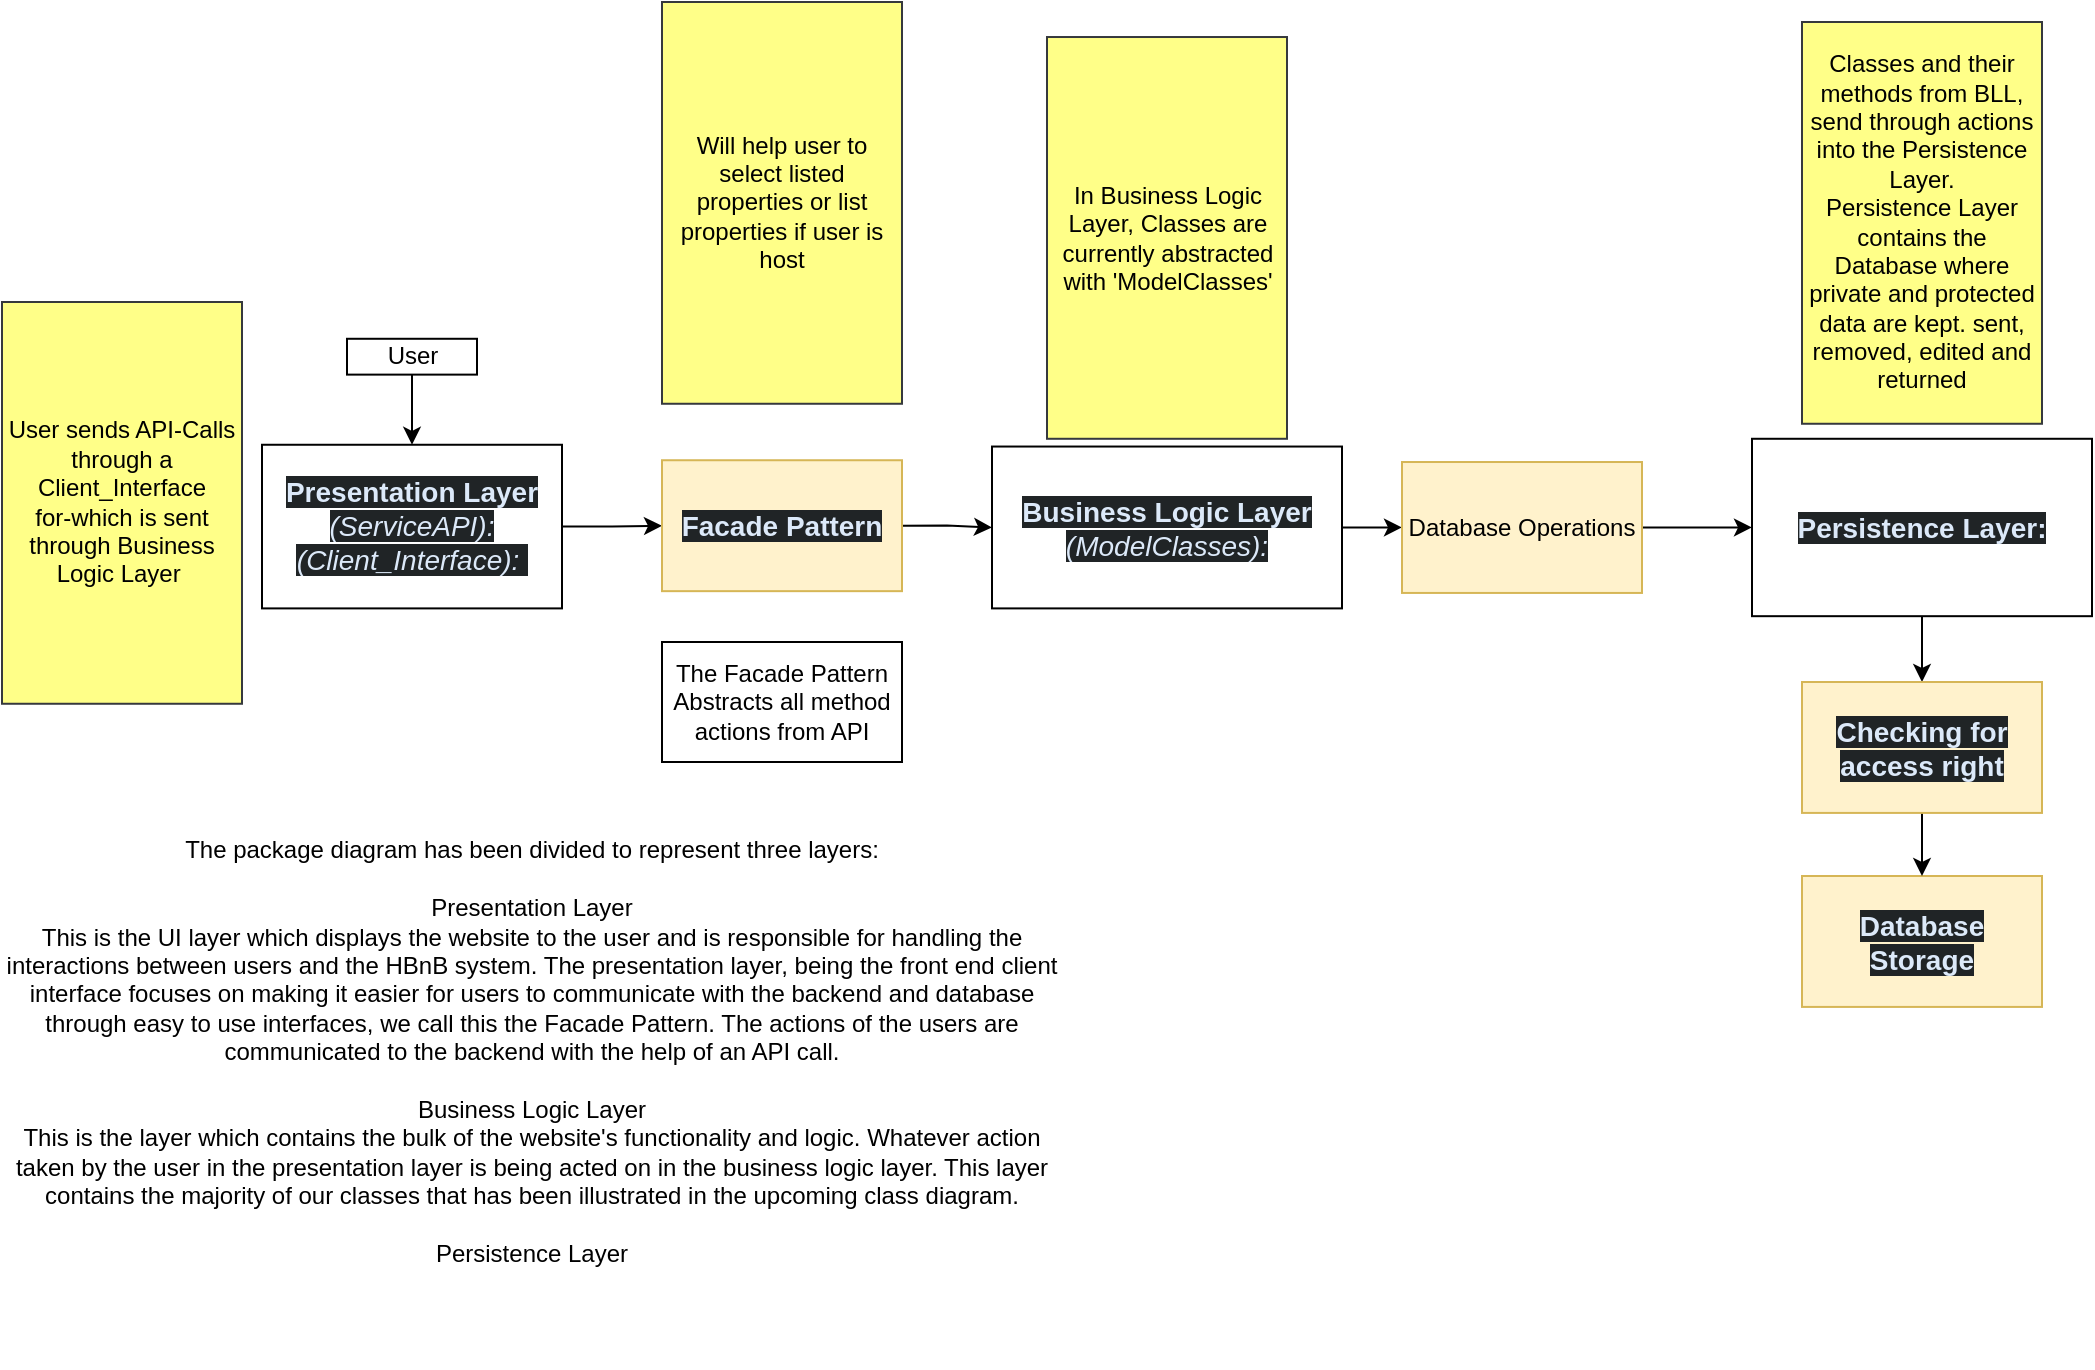
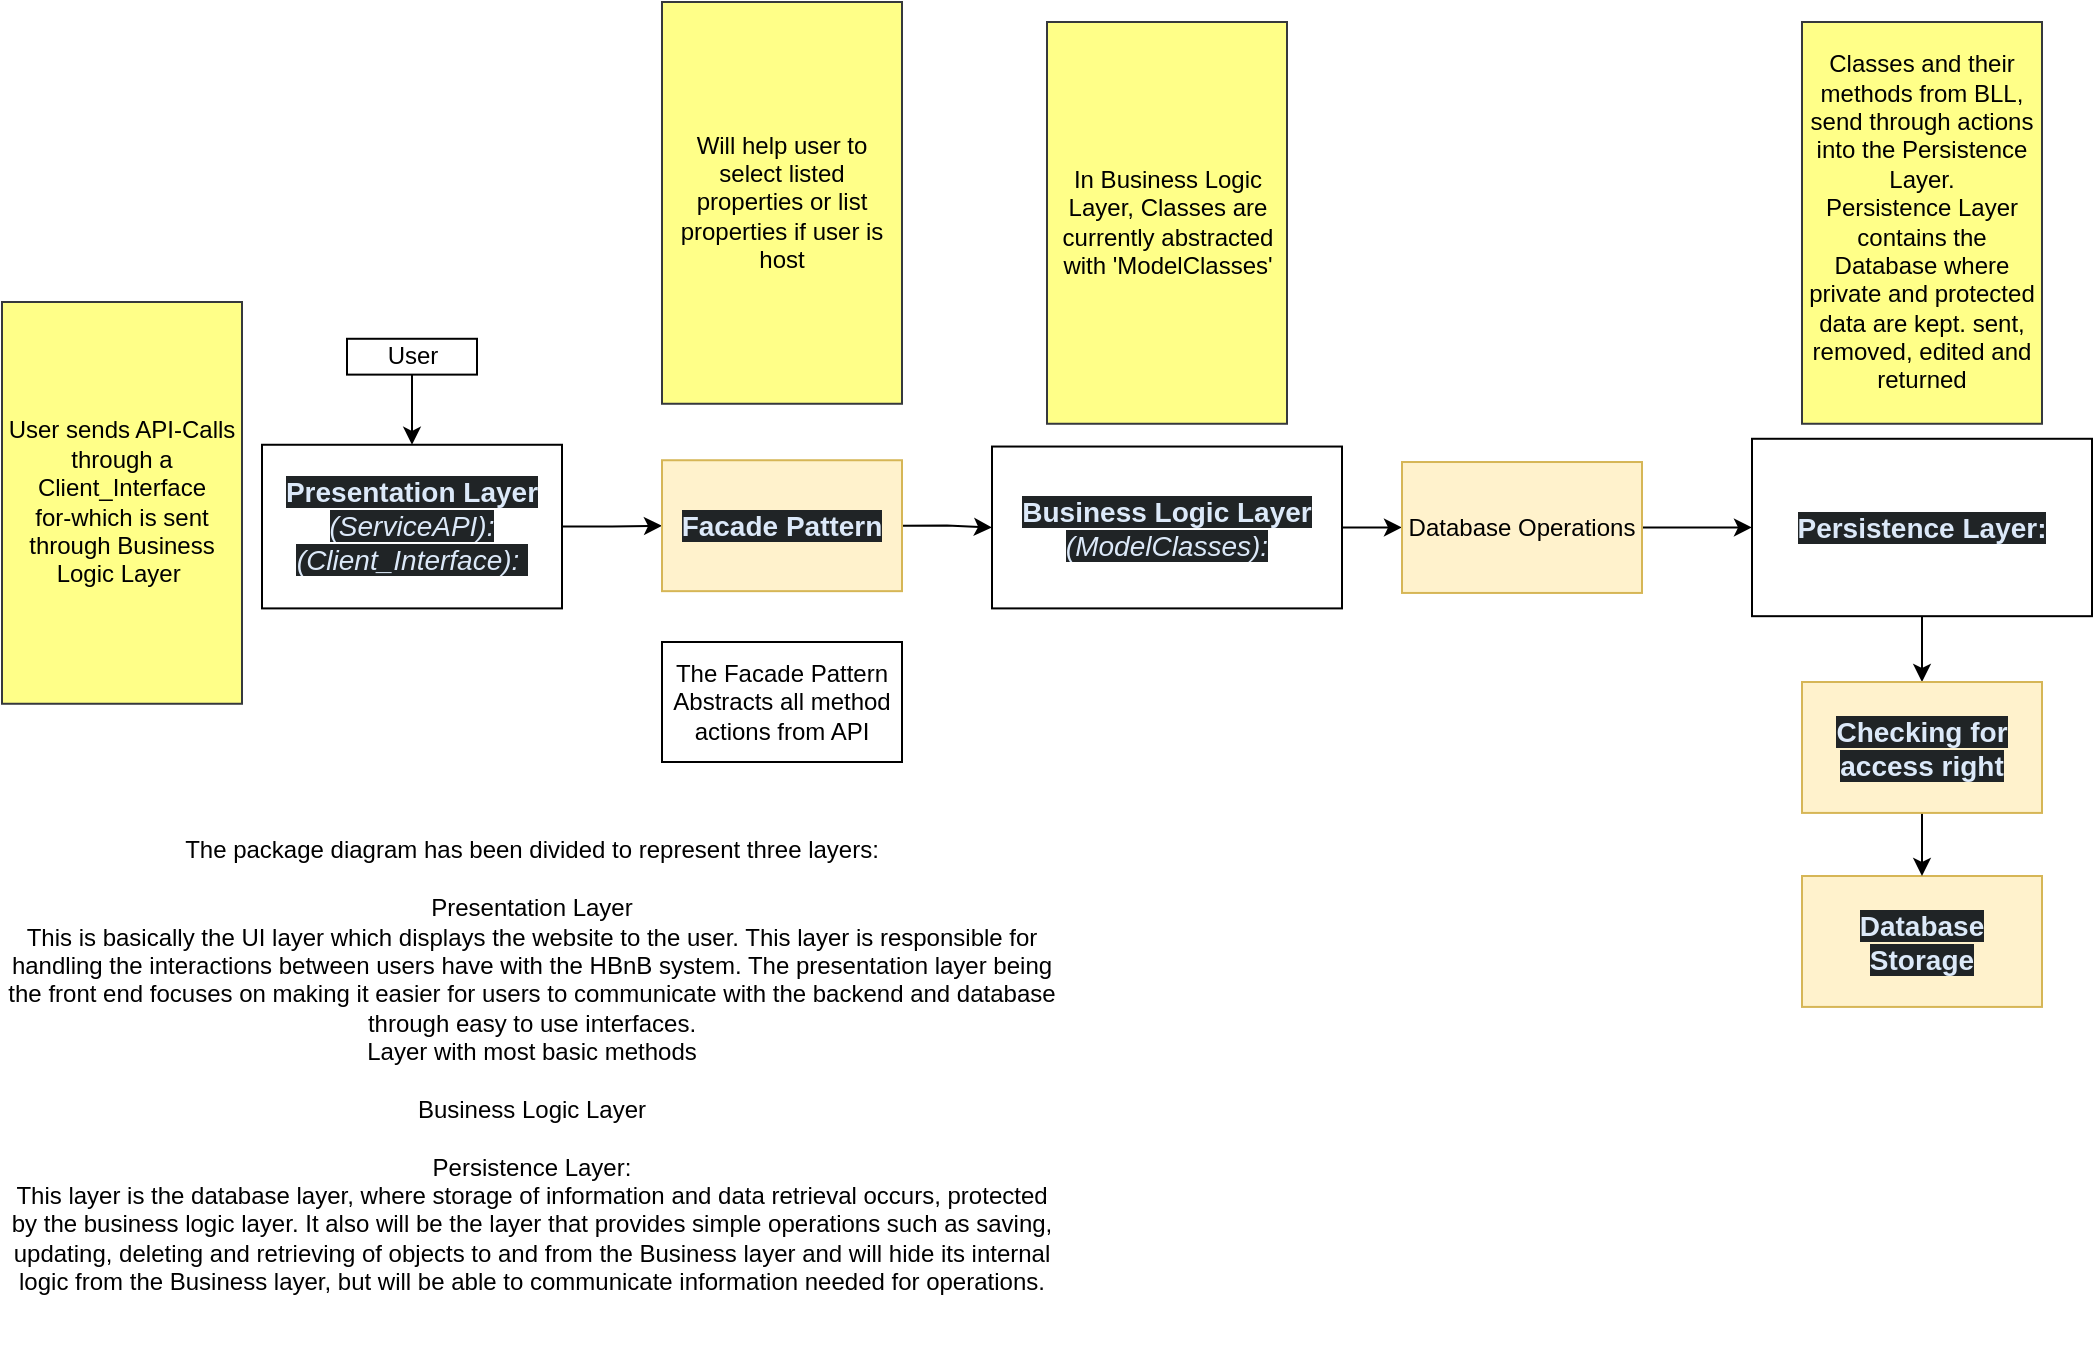
<mxfile host="app.diagrams.net">
  <diagram name="Page-1" id="2KrW7VEhyqmw7Nx4Ttr-">
-     <mxGraphModel dx="599" dy="767" grid="1" gridSize="10" guides="1" tooltips="1" connect="1" arrows="1" fold="1" page="1" pageScale="1" pageWidth="850" pageHeight="1100" math="0" shadow="0">
+     <mxGraphModel dx="1712" dy="625" grid="1" gridSize="10" guides="1" tooltips="1" connect="1" arrows="1" fold="1" page="1" pageScale="1" pageWidth="850" pageHeight="1100" math="0" shadow="0">
      <root>
        <mxCell id="0" />
        <mxCell id="1" parent="0" />
        <mxCell id="vZHe2jEZJALmbnLdjFB--106" edge="1" parent="1" source="vZHe2jEZJALmbnLdjFB--105" style="edgeStyle=orthogonalEdgeStyle;rounded=0;orthogonalLoop=1;jettySize=auto;html=1;entryX=0.5;entryY=0;entryDx=0;entryDy=0;exitX=0.5;exitY=1;exitDx=0;exitDy=0;" target="vZHe2jEZJALmbnLdjFB--6" value="">
          <mxGeometry relative="1" as="geometry">
            <mxPoint x="360" y="250" as="sourcePoint" />
          </mxGeometry>
        </mxCell>
        <mxCell id="vZHe2jEZJALmbnLdjFB--6" parent="1" style="rounded=0;whiteSpace=wrap;html=1;" value="&lt;strong style=&quot;box-sizing: border-box; font-weight: bold; scrollbar-color: rgb(95, 99, 104) rgb(49, 54, 60); color: rgb(220, 233, 249); font-family: aktiv-grotesk, sans-serif; font-size: 14px; text-align: start; background-color: rgb(32, 36, 38);&quot;&gt;Presentation Layer &lt;/strong&gt;&lt;span style=&quot;box-sizing: border-box; scrollbar-color: rgb(95, 99, 104) rgb(49, 54, 60); color: rgb(220, 233, 249); font-family: aktiv-grotesk, sans-serif; font-size: 14px; text-align: start; background-color: rgb(32, 36, 38);&quot;&gt;&lt;i&gt;(ServiceAPI):&lt;/i&gt;&lt;/span&gt;&lt;div&gt;&lt;span style=&quot;color: rgb(220, 233, 249); font-family: aktiv-grotesk, sans-serif; font-size: 14px; text-align: start; background-color: rgb(32, 36, 38);&quot;&gt;&lt;i&gt;(Client_Interface):&amp;nbsp;&lt;/i&gt;&lt;/span&gt;&lt;/div&gt;" vertex="1">
          <mxGeometry height="81.82" width="150" x="400" y="301.38" as="geometry" />
        </mxCell>
        <mxCell id="vZHe2jEZJALmbnLdjFB--8" edge="1" parent="1" source="vZHe2jEZJALmbnLdjFB--10" style="edgeStyle=orthogonalEdgeStyle;rounded=0;orthogonalLoop=1;jettySize=auto;html=1;exitX=1;exitY=0.5;exitDx=0;exitDy=0;entryX=0;entryY=0.5;entryDx=0;entryDy=0;" target="vZHe2jEZJALmbnLdjFB--39">
          <mxGeometry relative="1" as="geometry" />
        </mxCell>
        <mxCell id="vZHe2jEZJALmbnLdjFB--10" parent="1" style="rounded=0;whiteSpace=wrap;html=1;" value="&lt;span style=&quot;box-sizing: border-box; scrollbar-color: rgb(95, 99, 104) rgb(49, 54, 60); color: rgb(220, 233, 249); font-family: aktiv-grotesk, sans-serif; font-size: 14px; text-align: start; background-color: rgb(32, 36, 38);&quot;&gt;&lt;b&gt;Business Logic Layer &lt;/b&gt;&lt;i style=&quot;&quot;&gt;(ModelClasses):&lt;/i&gt;&lt;/span&gt;" vertex="1">
          <mxGeometry height="80.93" width="175" x="765" y="302.27" as="geometry" />
        </mxCell>
        <mxCell id="vZHe2jEZJALmbnLdjFB--11" edge="1" parent="1" source="vZHe2jEZJALmbnLdjFB--12" style="edgeStyle=orthogonalEdgeStyle;rounded=0;orthogonalLoop=1;jettySize=auto;html=1;exitX=0.5;exitY=1;exitDx=0;exitDy=0;entryX=0.5;entryY=0;entryDx=0;entryDy=0;" target="vZHe2jEZJALmbnLdjFB--102">
          <mxGeometry relative="1" as="geometry" />
        </mxCell>
        <mxCell id="vZHe2jEZJALmbnLdjFB--12" parent="1" style="rounded=0;whiteSpace=wrap;html=1;" value="&lt;strong style=&quot;box-sizing: border-box; font-weight: bold; scrollbar-color: rgb(95, 99, 104) rgb(49, 54, 60); color: rgb(220, 233, 249); font-family: aktiv-grotesk, sans-serif; font-size: 14px; text-align: start; background-color: rgb(32, 36, 38);&quot;&gt;Persistence Layer:&lt;/strong&gt;" vertex="1">
          <mxGeometry height="88.7" width="170" x="1145" y="298.39" as="geometry" />
        </mxCell>
        <mxCell id="vZHe2jEZJALmbnLdjFB--29" parent="1" style="rounded=0;whiteSpace=wrap;html=1;align=center;fillColor=#fff2cc;strokeColor=#d6b656;" value="&lt;div style=&quot;&quot;&gt;&lt;font color=&quot;#dce9f9&quot; face=&quot;aktiv-grotesk, sans-serif&quot;&gt;&lt;span style=&quot;font-size: 14px; background-color: rgb(32, 36, 38);&quot;&gt;&lt;b&gt;Database&lt;br&gt;Storage&lt;/b&gt;&lt;/span&gt;&lt;/font&gt;&lt;/div&gt;" vertex="1">
          <mxGeometry height="65.46" width="120" x="1170" y="517" as="geometry" />
        </mxCell>
        <mxCell id="vZHe2jEZJALmbnLdjFB--35" edge="1" parent="1" source="vZHe2jEZJALmbnLdjFB--37" style="edgeStyle=orthogonalEdgeStyle;rounded=0;orthogonalLoop=1;jettySize=auto;html=1;exitX=1;exitY=0.5;exitDx=0;exitDy=0;" target="vZHe2jEZJALmbnLdjFB--10">
          <mxGeometry relative="1" as="geometry">
            <mxPoint x="750" y="339.5700000000001" as="sourcePoint" />
          </mxGeometry>
        </mxCell>
        <mxCell id="vZHe2jEZJALmbnLdjFB--36" edge="1" parent="1" source="vZHe2jEZJALmbnLdjFB--6" style="edgeStyle=orthogonalEdgeStyle;rounded=0;orthogonalLoop=1;jettySize=auto;html=1;exitX=1;exitY=0.5;exitDx=0;exitDy=0;entryX=0;entryY=0.5;entryDx=0;entryDy=0;" target="vZHe2jEZJALmbnLdjFB--37">
          <mxGeometry relative="1" as="geometry">
            <mxPoint x="575" y="430" as="targetPoint" />
          </mxGeometry>
        </mxCell>
        <mxCell id="vZHe2jEZJALmbnLdjFB--37" parent="1" style="rounded=0;whiteSpace=wrap;html=1;align=center;fillColor=#fff2cc;strokeColor=#d6b656;" value="&lt;div style=&quot;&quot;&gt;&lt;font color=&quot;#dce9f9&quot; face=&quot;aktiv-grotesk, sans-serif&quot;&gt;&lt;span style=&quot;font-size: 14px; background-color: rgb(32, 36, 38);&quot;&gt;&lt;b&gt;Facade Pattern&lt;/b&gt;&lt;/span&gt;&lt;/font&gt;&lt;/div&gt;" vertex="1">
          <mxGeometry height="65.46" width="120" x="600" y="309.11999999999995" as="geometry" />
        </mxCell>
        <mxCell id="vZHe2jEZJALmbnLdjFB--38" edge="1" parent="1" source="vZHe2jEZJALmbnLdjFB--39" style="edgeStyle=orthogonalEdgeStyle;rounded=0;orthogonalLoop=1;jettySize=auto;html=1;exitX=1;exitY=0.5;exitDx=0;exitDy=0;entryX=0;entryY=0.5;entryDx=0;entryDy=0;" target="vZHe2jEZJALmbnLdjFB--12">
          <mxGeometry relative="1" as="geometry" />
        </mxCell>
        <mxCell id="vZHe2jEZJALmbnLdjFB--39" parent="1" style="rounded=0;whiteSpace=wrap;html=1;align=center;fillColor=#fff2cc;strokeColor=#d6b656;" value="Database Operations" vertex="1">
          <mxGeometry height="65.46" width="120" x="970" y="310.01" as="geometry" />
        </mxCell>
        <mxCell id="vZHe2jEZJALmbnLdjFB--101" edge="1" parent="1" source="vZHe2jEZJALmbnLdjFB--102" style="edgeStyle=orthogonalEdgeStyle;rounded=0;orthogonalLoop=1;jettySize=auto;html=1;exitX=0.5;exitY=1;exitDx=0;exitDy=0;entryX=0.5;entryY=0;entryDx=0;entryDy=0;" target="vZHe2jEZJALmbnLdjFB--29">
          <mxGeometry relative="1" as="geometry">
            <mxPoint x="1460" y="530" as="targetPoint" />
          </mxGeometry>
        </mxCell>
        <mxCell id="vZHe2jEZJALmbnLdjFB--102" parent="1" style="rounded=0;whiteSpace=wrap;html=1;align=center;fillColor=#fff2cc;strokeColor=#d6b656;" value="&lt;div style=&quot;&quot;&gt;&lt;font color=&quot;#dce9f9&quot; face=&quot;aktiv-grotesk, sans-serif&quot;&gt;&lt;span style=&quot;font-size: 14px; background-color: rgb(32, 36, 38);&quot;&gt;&lt;b&gt;Checking for access right&lt;/b&gt;&lt;/span&gt;&lt;/font&gt;&lt;/div&gt;" vertex="1">
          <mxGeometry height="65.46" width="120" x="1170" y="420" as="geometry" />
        </mxCell>
        <mxCell id="vZHe2jEZJALmbnLdjFB--105" parent="1" style="whiteSpace=wrap;html=1;rounded=0;" value="User" vertex="1">
          <mxGeometry height="17.92" width="65" x="442.5" y="248.39" as="geometry" />
        </mxCell>
        <mxCell id="WIsYPLuYnzwIEppj4hiX-1" parent="1" style="rounded=0;whiteSpace=wrap;html=1;fillColor=light-dark(#FFFF88,#FFFF63);strokeColor=#36393d;fontColor=light-dark(#000000,#000000);" value="User sends API-Calls through a Client_Interface&lt;br&gt;for-which is sent through Business Logic Layer&amp;nbsp;" vertex="1">
          <mxGeometry height="200.88" width="120" x="270" y="230" as="geometry" />
        </mxCell>
        <mxCell id="WIsYPLuYnzwIEppj4hiX-2" parent="1" style="rounded=0;whiteSpace=wrap;html=1;fillColor=light-dark(#FFFF88,#FFFF63);strokeColor=#36393d;fontColor=light-dark(#000000,#000000);" value="In Business Logic Layer, Classes are currently abstracted with &#39;ModelClasses&#39;" vertex="1">
-           <mxGeometry height="200.88" width="120" x="792.5" y="97.51" as="geometry" />
+           <mxGeometry height="200.88" width="120" x="792.5" y="90" as="geometry" />
        </mxCell>
        <mxCell id="WIsYPLuYnzwIEppj4hiX-3" parent="1" style="rounded=0;whiteSpace=wrap;html=1;fillColor=light-dark(#FFFF88,#FFFF63);strokeColor=#36393d;fontColor=light-dark(#000000,#000000);" value="Classes and their methods from BLL,&lt;br&gt;send through actions into the Persistence Layer.&lt;br&gt;Persistence Layer contains the Database where private and protected data are kept. sent, removed, edited and returned" vertex="1">
          <mxGeometry height="200.88" width="120" x="1170" y="90" as="geometry" />
        </mxCell>
        <mxCell id="WgZE8rlp9okLk8PS5iAP-1" parent="1" style="rounded=0;whiteSpace=wrap;html=1;fillColor=light-dark(#FFFF88,#FFFF63);strokeColor=#36393d;fontColor=light-dark(#000000,#000000);" value="Will help user to select listed properties or list properties if user is host" vertex="1">
          <mxGeometry height="200.88" width="120" x="600" y="80" as="geometry" />
        </mxCell>
        <mxCell id="jcnPVMmyGXToek09mdS7-1" parent="1" style="rounded=0;whiteSpace=wrap;html=1;" value="The Facade Pattern Abstracts all method actions from API" vertex="1">
          <mxGeometry height="60" width="120" x="600" y="400" as="geometry" />
        </mxCell>
-         <mxCell id="3AgvAKh3npFNZkdtQLno-1" parent="1" style="text;html=1;whiteSpace=wrap;strokeColor=none;fillColor=none;align=center;verticalAlign=middle;rounded=0;" value="The package diagram has been divided to represent three layers:&lt;br&gt;&lt;br&gt;Presentation Layer&lt;div&gt;This is the UI layer which displays the website to the user and is responsible for handling the interactions between users and the HBnB system. The presentation layer, being the front end client interface focuses on making it easier for users to communicate with the backend and database through easy to use interfaces, we call this the Facade Pattern. The actions of the users are communicated to the backend with the help of an API cal&lt;span style=&quot;background-color: transparent; color: light-dark(rgb(0, 0, 0), rgb(255, 255, 255));&quot;&gt;l.&lt;/span&gt;&lt;/div&gt;&lt;div&gt;&lt;br&gt;Business Logic Layer&lt;div&gt;This is the layer which contains the bulk of the website&#39;s functionality and logic. Whatever action taken by the user in the presentation layer is being acted on in the business logic layer. This layer contains the majority of our classes that has been illustrated in the upcoming class diagram.&lt;/div&gt;&lt;div&gt;&lt;br&gt;&lt;/div&gt;&lt;div&gt;Persistence Layer&lt;br&gt;&lt;div&gt;&lt;br&gt;&lt;/div&gt;&lt;/div&gt;&lt;/div&gt;" vertex="1">
+         <mxCell id="3AgvAKh3npFNZkdtQLno-1" parent="1" style="text;html=1;whiteSpace=wrap;strokeColor=none;fillColor=none;align=center;verticalAlign=middle;rounded=0;" value="The package diagram has been divided to represent three layers:&lt;br&gt;&lt;br&gt;Presentation Layer&lt;div&gt;This is basically the UI layer which displays the website to the user. This layer is responsible for handling the interactions between users have with the HBnB system. The presentation layer being the front end focuses on making it easier for users to communicate with the backend and database through easy to use interfaces.&lt;br&gt;Layer with most basic methods&lt;br&gt;&lt;br&gt;Business Logic Layer&lt;div&gt;&lt;br&gt;&lt;/div&gt;&lt;div&gt;Persistence Layer:&lt;/div&gt;&lt;div&gt;This layer is the database layer, where storage of information and data retrieval occurs, protected by the business logic layer. It also will be the layer that provides simple operations such as saving, updating, deleting and retrieving of objects to and from the Business layer and will hide its internal logic from the Business layer, but will be able to communicate information needed for operations.&lt;/div&gt;&lt;/div&gt;" vertex="1">
          <mxGeometry height="303" width="530" x="270" y="460" as="geometry" />
        </mxCell>
      </root>
    </mxGraphModel>
  </diagram>
</mxfile>
